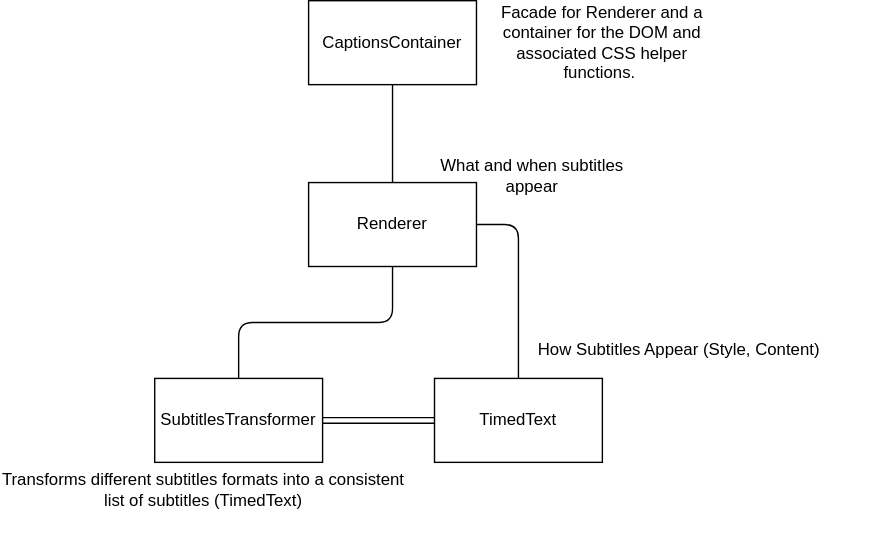
Earlier version of the draw.io export docs/subtitles.drawio.svg (bbc/bigscreen-player). Source tidied: cells renumbered, new cells last; positions are measured from the earlier drawing's top-left corner, leaving out a move shared by most shapes.
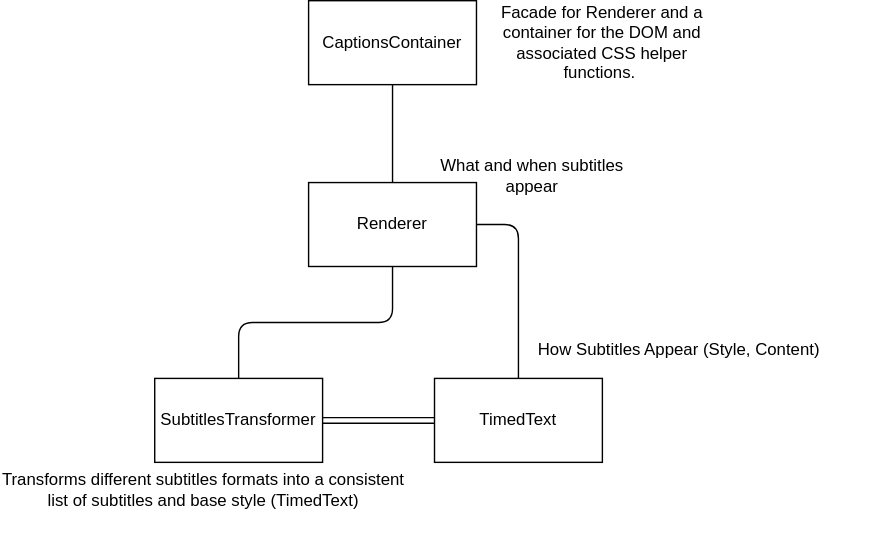
After the commit.

Commit message:
update subtitles diagram text

The edit, as a diff of the source:
```diff
@@ -30,7 +30,7 @@
     <mxCell id="9" value="How Subtitles Appear (Style, Content)" style="text;html=1;strokeColor=none;fillColor=none;align=center;verticalAlign=middle;whiteSpace=wrap;rounded=0;" parent="1" vertex="1">
       <mxGeometry x="340" y="220" width="290" height="60" as="geometry" />
     </mxCell>
-    <mxCell id="10" value="Transforms different subtitles formats into a consistent list of subtitles (TimedText)" style="text;html=1;strokeColor=none;fillColor=none;align=center;verticalAlign=middle;whiteSpace=wrap;rounded=0;" parent="1" vertex="1">
+    <mxCell id="10" value="Transforms different subtitles formats into a consistent list of subtitles and base style (TimedText)" style="text;html=1;strokeColor=none;fillColor=none;align=center;verticalAlign=middle;whiteSpace=wrap;rounded=0;" parent="1" vertex="1">
       <mxGeometry y="320" width="290" height="60" as="geometry" />
     </mxCell>
     <mxCell id="11" value="Facade for Renderer and a container for the DOM and associated CSS helper functions.&amp;nbsp;" style="text;html=1;strokeColor=none;fillColor=none;align=center;verticalAlign=middle;whiteSpace=wrap;rounded=0;" parent="1" vertex="1">
```
